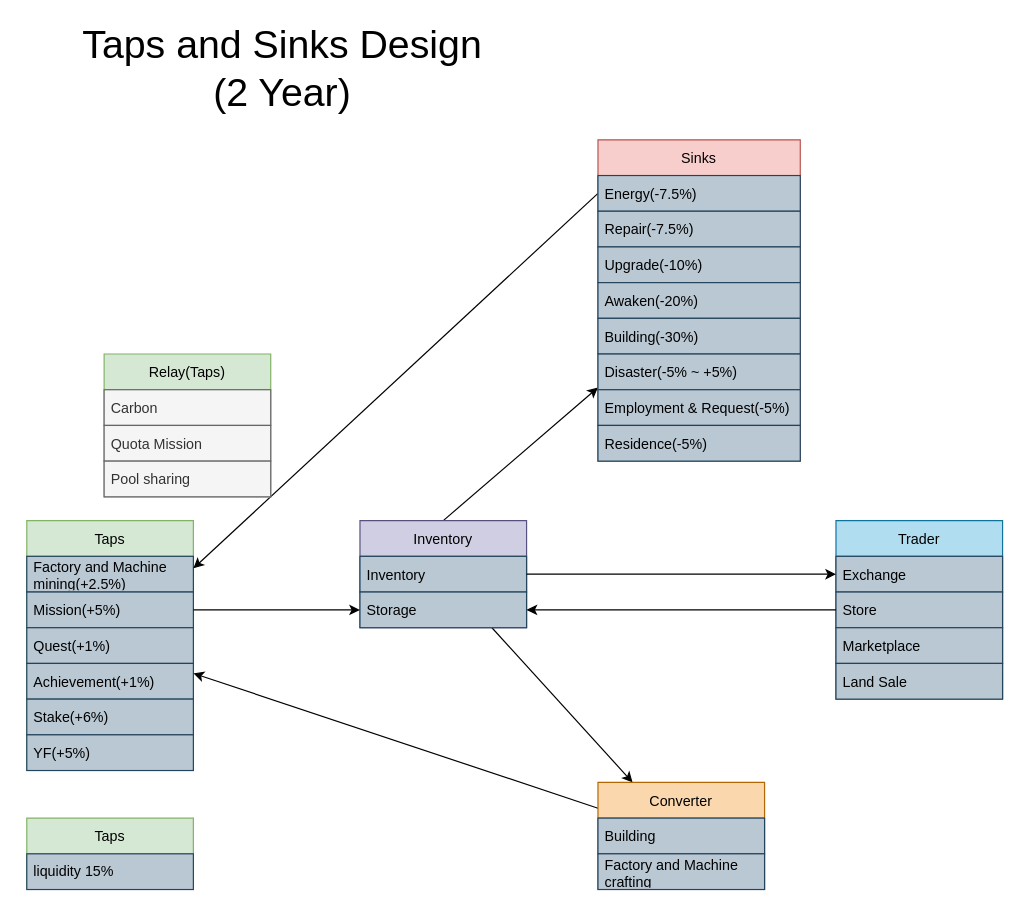
This is Taps And Sinks.drawio from memberteen/craftdefi-ecosystem, a draw.io file, before an edit. Source tidied: cells renumbered, new cells numbered last; positions are measured from the earlier drawing's top-left corner, leaving out a move shared by most shapes. Both pictures are drawn from the tidied source at 119%, with x=0, y=0 at pixel (20, 20).
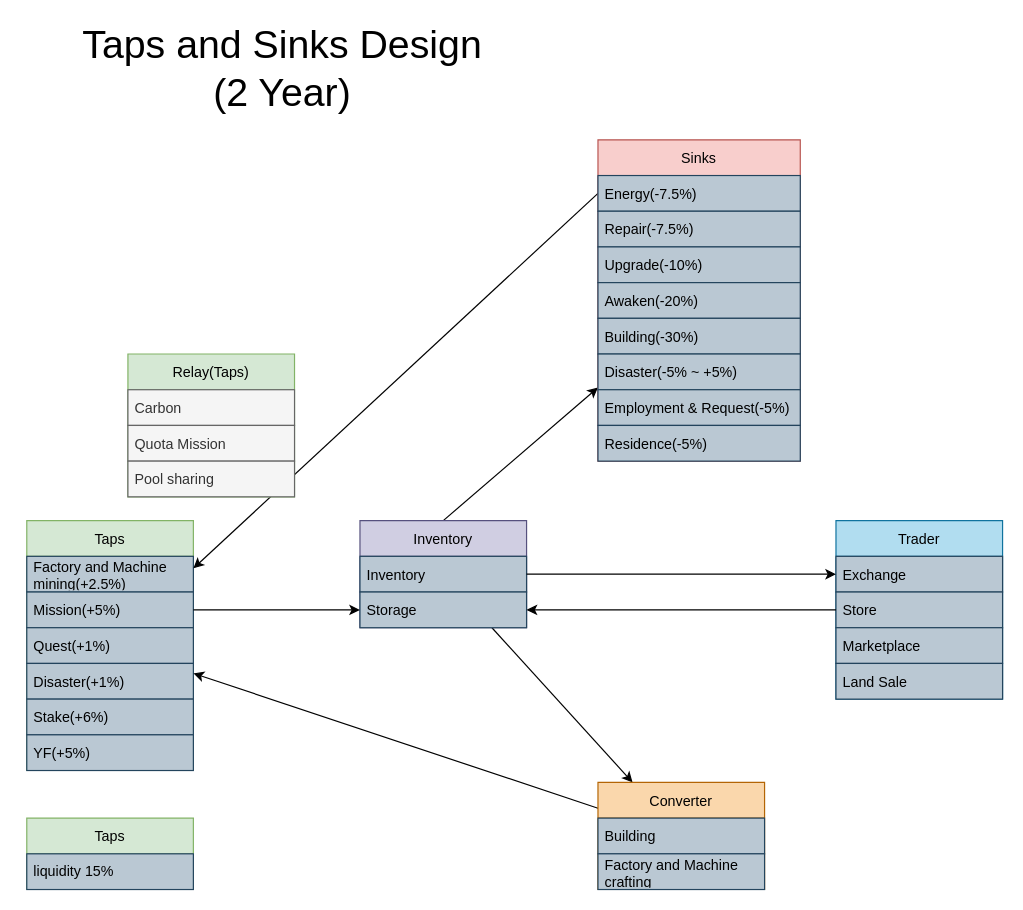
The same diagram, later.

The change refers to these unchanged cells:
```xml
<mxCell id="2" value="Taps" style="swimlane;fontStyle=0;horizontal=1;startSize=30;fillColor=#d5e8d4;strokeColor=#82b366;" parent="1" vertex="1">
  <mxGeometry x="5" y="420" width="140" height="210" as="geometry" />
</mxCell>
```

What changed in the source:
```diff
@@
-    <mxCell id="6" value="Achievement(+1%)" style="text;strokeColor=#23445d;fillColor=#bac8d3;align=left;verticalAlign=middle;spacingLeft=4;spacingRight=4;overflow=hidden;" parent="2" vertex="1">
+    <mxCell id="6" value="Disaster(+1%)" style="text;strokeColor=#23445d;fillColor=#bac8d3;align=left;verticalAlign=middle;spacingLeft=4;spacingRight=4;overflow=hidden;" parent="2" vertex="1">
       <mxGeometry y="120" width="140" height="30" as="geometry" />
     </mxCell>
@@
     <mxCell id="35" value="Relay(Taps)" style="swimlane;fontStyle=0;horizontal=1;startSize=30;fillColor=#d5e8d4;strokeColor=#82b366;" parent="1" vertex="1">
-      <mxGeometry x="70" y="280" width="140" height="120" as="geometry" />
+      <mxGeometry x="90" y="280" width="140" height="120" as="geometry" />
     </mxCell>
```
